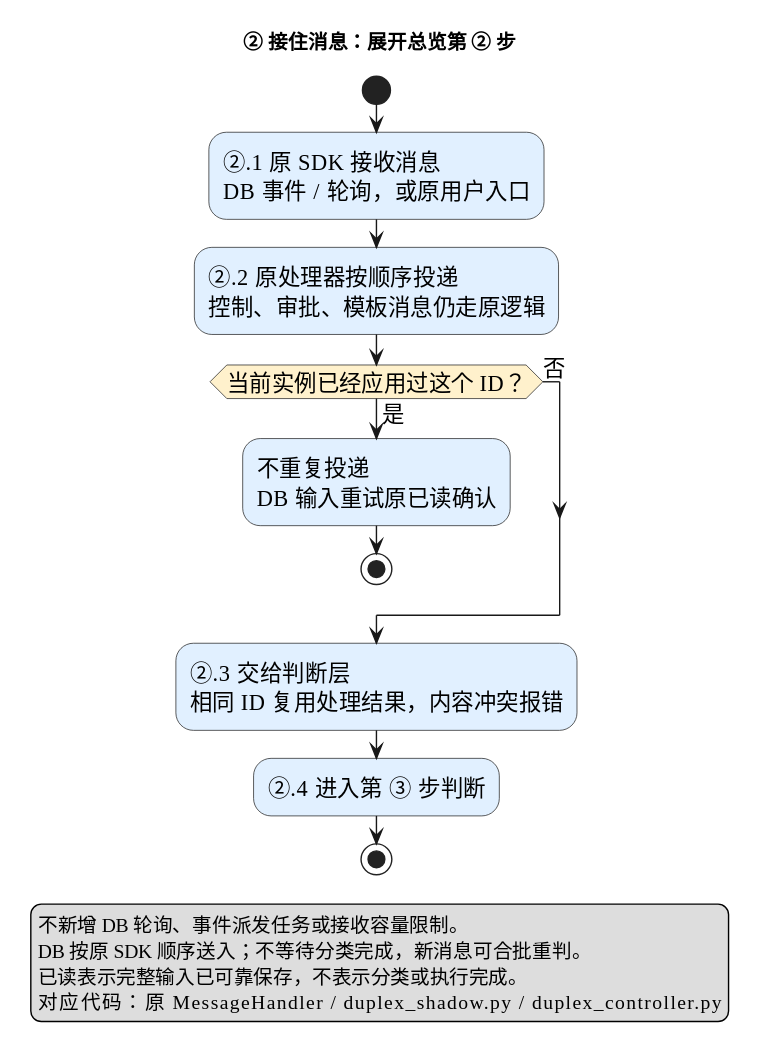
zuiho-kai/jiuwenswarm keeps this PlantUML diagram as docs/diagrams/duplex-detail-02-intake.svg. Above is the earlier version.
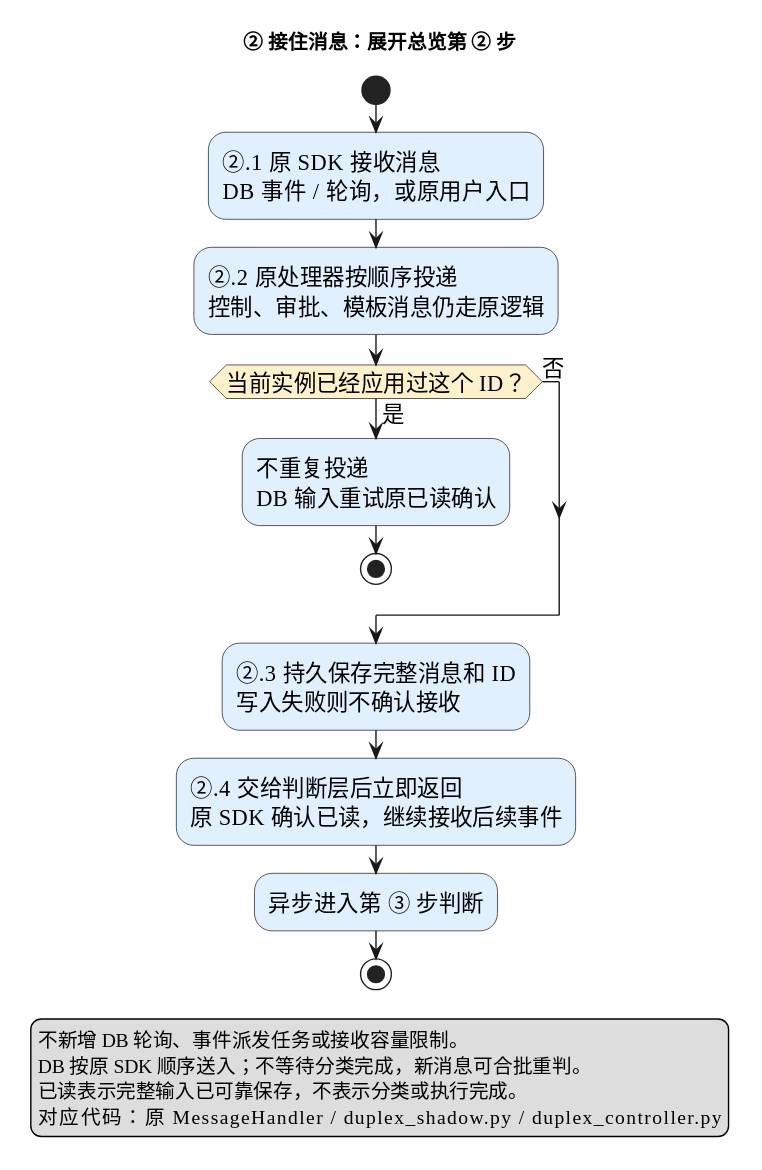
After the change.

Commit message:
docs(duplex): align intake diagrams and record final regression

Change to the diagram source:
```diff
@@ -17,9 +17,11 @@
   stop
 else (否)
 endif
-:②.3 交给判断层
-相同 ID 复用处理结果，内容冲突报错;
-:②.4 进入第 ③ 步判断;
+:②.3 持久保存完整消息和 ID
+写入失败则不确认接收;
+:②.4 交给判断层后立即返回
+原 SDK 确认已读，继续接收后续事件;
+:异步进入第 ③ 步判断;
 stop
 legend bottom
   不新增 DB 轮询、事件派发任务或接收容量限制。
```
